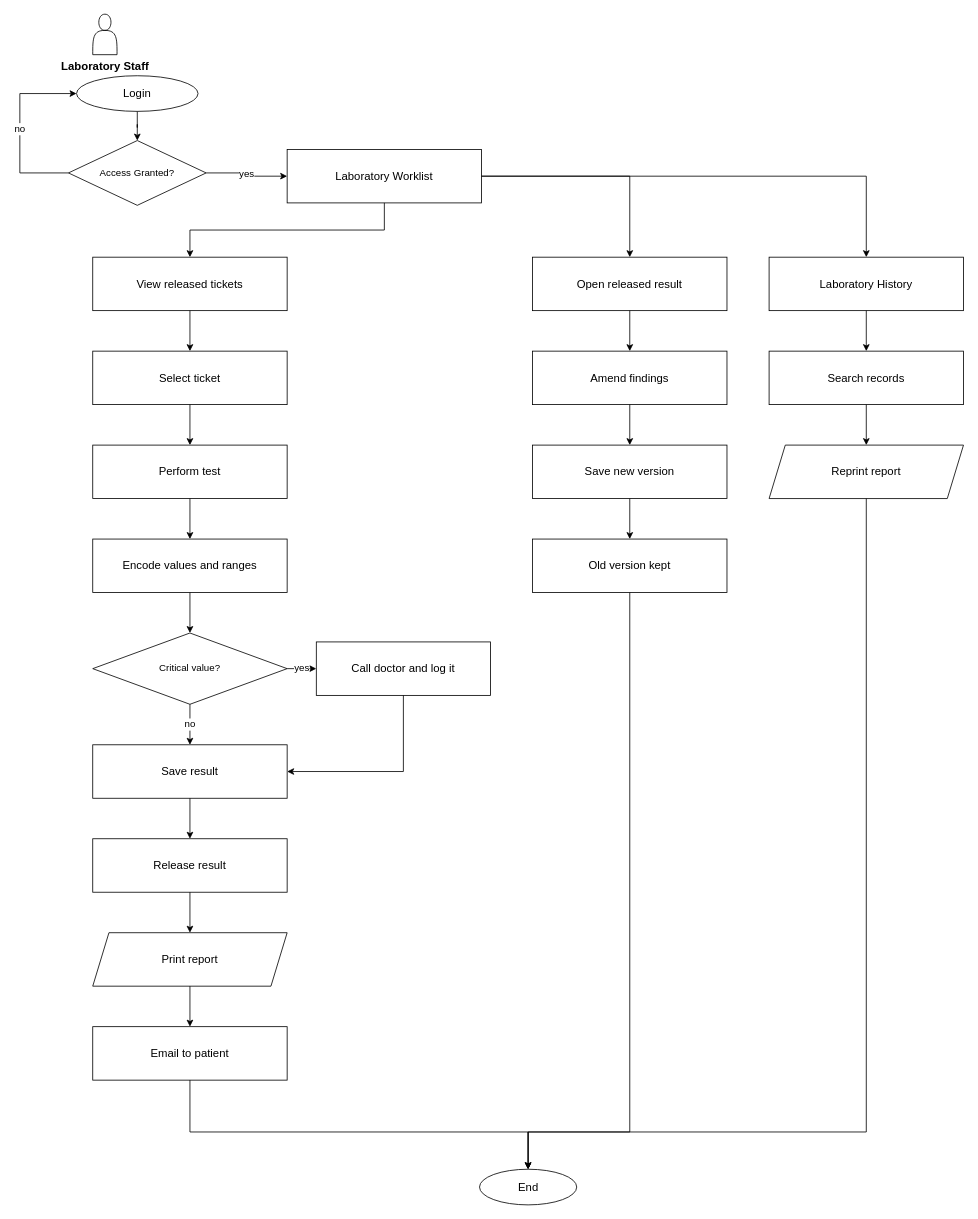
This is page "Laboratory" (5 of 8) of docs/diagrams/flowcharts.drawio from steven23lz/Enlogada-Clinic-Management-System, a draw.io file, before an edit. Source tidied: cells renumbered, new cells numbered last; positions are measured from the earlier drawing's top-left corner, leaving out a move shared by most shapes. Both pictures are drawn from the tidied source at 81%, with x=0, y=0 at pixel (19, 14).
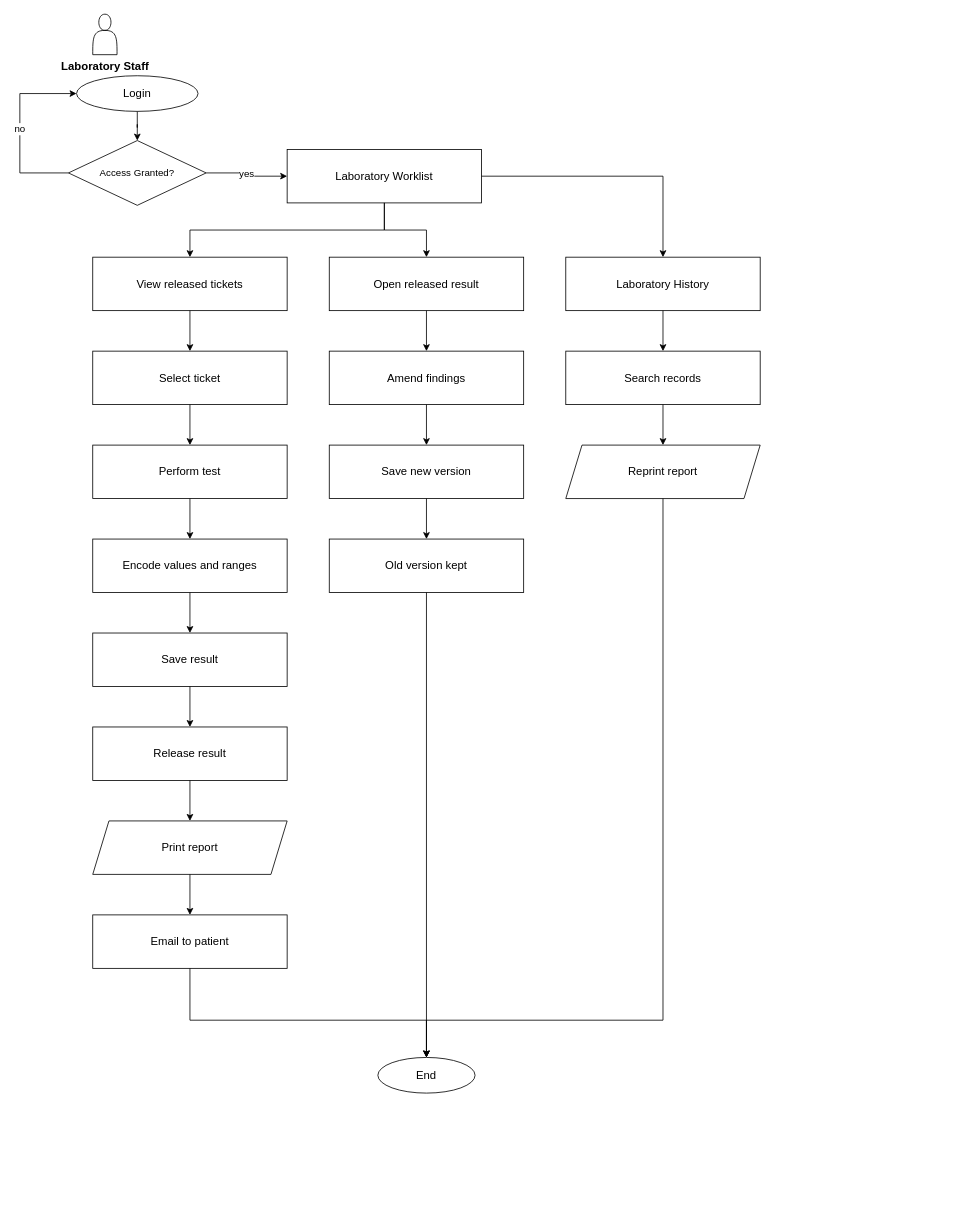
The same diagram, later.

The change refers to these unchanged cells:
```xml
<mxCell id="5" value="Laboratory Worklist" style="rounded=0;whiteSpace=wrap;html=1;fontFamily=Helvetica;fontSize=14;fontColor=#000000;strokeColor=#000000;" parent="1" vertex="1">
  <mxGeometry x="330" y="167" width="240" height="66" as="geometry" />
</mxCell>
<mxCell id="9" value="View released tickets" style="rounded=0;whiteSpace=wrap;html=1;fontFamily=Helvetica;fontSize=14;fontColor=#000000;strokeColor=#000000;" parent="1" vertex="1">
  <mxGeometry x="90" y="300" width="240" height="66" as="geometry" />
</mxCell>
<mxCell id="10" value="Select ticket" style="rounded=0;whiteSpace=wrap;html=1;fontFamily=Helvetica;fontSize=14;fontColor=#000000;strokeColor=#000000;" parent="1" vertex="1">
  <mxGeometry x="90" y="416" width="240" height="66" as="geometry" />
</mxCell>
<mxCell id="11" value="Perform test" style="rounded=0;whiteSpace=wrap;html=1;fontFamily=Helvetica;fontSize=14;fontColor=#000000;strokeColor=#000000;" parent="1" vertex="1">
  <mxGeometry x="90" y="532" width="240" height="66" as="geometry" />
</mxCell>
<mxCell id="12" value="Encode values and ranges" style="rounded=0;whiteSpace=wrap;html=1;fontFamily=Helvetica;fontSize=14;fontColor=#000000;strokeColor=#000000;" parent="1" vertex="1">
  <mxGeometry x="90" y="648" width="240" height="66" as="geometry" />
</mxCell>
```

Change to the diagram source:
```diff
@@
-    <mxCell id="13" value="Critical value?" style="rhombus;whiteSpace=wrap;html=1;fontFamily=Helvetica;fontSize=12;fontColor=#000000;strokeColor=#000000;" parent="1" vertex="1">
-      <mxGeometry x="90" y="764" width="240" height="88" as="geometry" />
+    <mxCell id="13" value="Save result" style="rounded=0;whiteSpace=wrap;html=1;fontFamily=Helvetica;fontSize=14;fontColor=#000000;strokeColor=#000000;" parent="1" vertex="1">
+      <mxGeometry x="90" y="764" width="240" height="66" as="geometry" />
     </mxCell>
-    <mxCell id="14" value="Save result" style="rounded=0;whiteSpace=wrap;html=1;fontFamily=Helvetica;fontSize=14;fontColor=#000000;strokeColor=#000000;" parent="1" vertex="1">
-      <mxGeometry x="90" y="902" width="240" height="66" as="geometry" />
+    <mxCell id="14" value="Release result" style="rounded=0;whiteSpace=wrap;html=1;fontFamily=Helvetica;fontSize=14;fontColor=#000000;strokeColor=#000000;" parent="1" vertex="1">
+      <mxGeometry x="90" y="880" width="240" height="66" as="geometry" />
     </mxCell>
-    <mxCell id="15" value="Release result" style="rounded=0;whiteSpace=wrap;html=1;fontFamily=Helvetica;fontSize=14;fontColor=#000000;strokeColor=#000000;" parent="1" vertex="1">
-      <mxGeometry x="90" y="1018" width="240" height="66" as="geometry" />
+    <mxCell id="15" value="Print report" style="shape=parallelogram;perimeter=parallelogramPerimeter;whiteSpace=wrap;html=1;fixedSize=1;fontFamily=Helvetica;fontSize=14;fontColor=#000000;strokeColor=#000000;" parent="1" vertex="1">
+      <mxGeometry x="90" y="996" width="240" height="66" as="geometry" />
     </mxCell>
-    <mxCell id="16" value="Print report" style="shape=parallelogram;perimeter=parallelogramPerimeter;whiteSpace=wrap;html=1;fixedSize=1;fontFamily=Helvetica;fontSize=14;fontColor=#000000;strokeColor=#000000;" parent="1" vertex="1">
-      <mxGeometry x="90" y="1134" width="240" height="66" as="geometry" />
+    <mxCell id="16" value="Email to patient" style="rounded=0;whiteSpace=wrap;html=1;fontFamily=Helvetica;fontSize=14;fontColor=#000000;strokeColor=#000000;" parent="1" vertex="1">
+      <mxGeometry x="90" y="1112" width="240" height="66" as="geometry" />
     </mxCell>
-    <mxCell id="17" value="Email to patient" style="rounded=0;whiteSpace=wrap;html=1;fontFamily=Helvetica;fontSize=14;fontColor=#000000;strokeColor=#000000;" parent="1" vertex="1">
-      <mxGeometry x="90" y="1250" width="240" height="66" as="geometry" />
-    </mxCell>
+    <mxCell id="48" style="edgeStyle=orthogonalEdgeStyle;rounded=0;html=1;jettySize=auto;fontFamily=Helvetica;fontSize=12;fontColor=#000000;strokeColor=#000000;" parent="1" edge="1" source="5" target="9">
+      <mxGeometry relative="1" as="geometry" />
+    </mxCell>
-    <mxCell id="18" style="edgeStyle=orthogonalEdgeStyle;rounded=0;html=1;jettySize=auto;fontFamily=Helvetica;fontSize=12;fontColor=#000000;strokeColor=#000000;" parent="1" edge="1" source="5" target="9">
+    <mxCell id="18" style="edgeStyle=orthogonalEdgeStyle;rounded=0;html=1;jettySize=auto;fontFamily=Helvetica;fontSize=12;fontColor=#000000;strokeColor=#000000;" parent="1" edge="1" source="9" target="10">
       <mxGeometry relative="1" as="geometry" />
     </mxCell>
-    <mxCell id="19" style="edgeStyle=orthogonalEdgeStyle;rounded=0;html=1;jettySize=auto;fontFamily=Helvetica;fontSize=12;fontColor=#000000;strokeColor=#000000;" parent="1" edge="1" source="9" target="10">
+    <mxCell id="19" style="edgeStyle=orthogonalEdgeStyle;rounded=0;html=1;jettySize=auto;fontFamily=Helvetica;fontSize=12;fontColor=#000000;strokeColor=#000000;" parent="1" edge="1" source="10" target="11">
       <mxGeometry relative="1" as="geometry" />
     </mxCell>
-    <mxCell id="20" style="edgeStyle=orthogonalEdgeStyle;rounded=0;html=1;jettySize=auto;fontFamily=Helvetica;fontSize=12;fontColor=#000000;strokeColor=#000000;" parent="1" edge="1" source="10" target="11">
+    <mxCell id="20" style="edgeStyle=orthogonalEdgeStyle;rounded=0;html=1;jettySize=auto;fontFamily=Helvetica;fontSize=12;fontColor=#000000;strokeColor=#000000;" parent="1" edge="1" source="11" target="12">
       <mxGeometry relative="1" as="geometry" />
     </mxCell>
-    <mxCell id="21" style="edgeStyle=orthogonalEdgeStyle;rounded=0;html=1;jettySize=auto;fontFamily=Helvetica;fontSize=12;fontColor=#000000;strokeColor=#000000;" parent="1" edge="1" source="11" target="12">
+    <mxCell id="21" style="edgeStyle=orthogonalEdgeStyle;rounded=0;html=1;jettySize=auto;fontFamily=Helvetica;fontSize=12;fontColor=#000000;strokeColor=#000000;" parent="1" edge="1" source="12" target="13">
       <mxGeometry relative="1" as="geometry" />
     </mxCell>
-    <mxCell id="22" style="edgeStyle=orthogonalEdgeStyle;rounded=0;html=1;jettySize=auto;fontFamily=Helvetica;fontSize=12;fontColor=#000000;strokeColor=#000000;" parent="1" edge="1" source="12" target="13">
+    <mxCell id="22" style="edgeStyle=orthogonalEdgeStyle;rounded=0;html=1;jettySize=auto;fontFamily=Helvetica;fontSize=12;fontColor=#000000;strokeColor=#000000;" parent="1" edge="1" source="13" target="14">
       <mxGeometry relative="1" as="geometry" />
     </mxCell>
-    <mxCell id="23" value="Call doctor and log it" style="rounded=0;whiteSpace=wrap;html=1;fontFamily=Helvetica;fontSize=14;fontColor=#000000;strokeColor=#000000;" parent="1" vertex="1">
-      <mxGeometry x="366" y="775" width="215" height="66" as="geometry" />
-    </mxCell>
+    <mxCell id="27" style="edgeStyle=orthogonalEdgeStyle;rounded=0;html=1;jettySize=auto;fontFamily=Helvetica;fontSize=12;fontColor=#000000;strokeColor=#000000;" parent="1" edge="1" source="14" target="15">
+      <mxGeometry relative="1" as="geometry" />
+    </mxCell>
-    <mxCell id="24" value="yes" style="edgeStyle=orthogonalEdgeStyle;rounded=0;html=1;jettySize=auto;fontFamily=Helvetica;fontSize=12;fontColor=#000000;strokeColor=#000000;" parent="1" edge="1" source="13" target="23">
+    <mxCell id="24" style="edgeStyle=orthogonalEdgeStyle;rounded=0;html=1;jettySize=auto;fontFamily=Helvetica;fontSize=12;fontColor=#000000;strokeColor=#000000;" parent="1" edge="1" source="15" target="16">
       <mxGeometry relative="1" as="geometry" />
     </mxCell>
-    <mxCell id="25" style="edgeStyle=orthogonalEdgeStyle;rounded=0;html=1;jettySize=auto;fontFamily=Helvetica;fontSize=12;fontColor=#000000;strokeColor=#000000;exitX=0.5;exitY=1;exitDx=0;exitDy=0;entryX=1;entryY=0.5;entryDx=0;entryDy=0;" parent="1" edge="1" source="23" target="14">
-      <mxGeometry relative="1" as="geometry" />
-    </mxCell>
-    <mxCell id="26" value="no" style="edgeStyle=orthogonalEdgeStyle;rounded=0;html=1;jettySize=auto;fontFamily=Helvetica;fontSize=12;fontColor=#000000;strokeColor=#000000;" parent="1" edge="1" source="13" target="14">
-      <mxGeometry relative="1" as="geometry" />
-    </mxCell>
-    <mxCell id="27" style="edgeStyle=orthogonalEdgeStyle;rounded=0;html=1;jettySize=auto;fontFamily=Helvetica;fontSize=12;fontColor=#000000;strokeColor=#000000;" parent="1" edge="1" source="14" target="15">
-      <mxGeometry relative="1" as="geometry" />
-    </mxCell>
-    <mxCell id="28" style="edgeStyle=orthogonalEdgeStyle;rounded=0;html=1;jettySize=auto;fontFamily=Helvetica;fontSize=12;fontColor=#000000;strokeColor=#000000;" parent="1" edge="1" source="15" target="16">
-      <mxGeometry relative="1" as="geometry" />
-    </mxCell>
-    <mxCell id="29" style="edgeStyle=orthogonalEdgeStyle;rounded=0;html=1;jettySize=auto;fontFamily=Helvetica;fontSize=12;fontColor=#000000;strokeColor=#000000;" parent="1" edge="1" source="16" target="17">
-      <mxGeometry relative="1" as="geometry" />
-    </mxCell>
     <mxCell id="30" value="Open released result" style="rounded=0;whiteSpace=wrap;html=1;fontFamily=Helvetica;fontSize=14;fontColor=#000000;strokeColor=#000000;" parent="1" vertex="1">
-      <mxGeometry x="633" y="300" width="240" height="66" as="geometry" />
+      <mxGeometry x="382" y="300" width="240" height="66" as="geometry" />
     </mxCell>
     <mxCell id="31" value="Amend findings" style="rounded=0;whiteSpace=wrap;html=1;fontFamily=Helvetica;fontSize=14;fontColor=#000000;strokeColor=#000000;" parent="1" vertex="1">
-      <mxGeometry x="633" y="416" width="240" height="66" as="geometry" />
+      <mxGeometry x="382" y="416" width="240" height="66" as="geometry" />
     </mxCell>
     <mxCell id="32" value="Save new version" style="rounded=0;whiteSpace=wrap;html=1;fontFamily=Helvetica;fontSize=14;fontColor=#000000;strokeColor=#000000;" parent="1" vertex="1">
-      <mxGeometry x="633" y="532" width="240" height="66" as="geometry" />
+      <mxGeometry x="382" y="532" width="240" height="66" as="geometry" />
     </mxCell>
+    <mxCell id="49" value="Old version kept" style="rounded=0;whiteSpace=wrap;html=1;fontFamily=Helvetica;fontSize=14;fontColor=#000000;strokeColor=#000000;" parent="1" vertex="1">
+      <mxGeometry x="382" y="648" width="240" height="66" as="geometry" />
+    </mxCell>
+    <mxCell id="29" style="edgeStyle=orthogonalEdgeStyle;rounded=0;html=1;jettySize=auto;fontFamily=Helvetica;fontSize=12;fontColor=#000000;strokeColor=#000000;" parent="1" edge="1" source="5" target="30">
+      <mxGeometry relative="1" as="geometry" />
+    </mxCell>
+    <mxCell id="35" style="edgeStyle=orthogonalEdgeStyle;rounded=0;html=1;jettySize=auto;fontFamily=Helvetica;fontSize=12;fontColor=#000000;strokeColor=#000000;" parent="1" edge="1" source="30" target="31">
+      <mxGeometry relative="1" as="geometry" />
+    </mxCell>
+    <mxCell id="50" style="edgeStyle=orthogonalEdgeStyle;rounded=0;html=1;jettySize=auto;fontFamily=Helvetica;fontSize=12;fontColor=#000000;strokeColor=#000000;" parent="1" edge="1" source="31" target="32">
+      <mxGeometry relative="1" as="geometry" />
+    </mxCell>
+    <mxCell id="51" style="edgeStyle=orthogonalEdgeStyle;rounded=0;html=1;jettySize=auto;fontFamily=Helvetica;fontSize=12;fontColor=#000000;strokeColor=#000000;" parent="1" edge="1" source="32" target="49">
+      <mxGeometry relative="1" as="geometry" />
+    </mxCell>
-    <mxCell id="33" value="Old version kept" style="rounded=0;whiteSpace=wrap;html=1;fontFamily=Helvetica;fontSize=14;fontColor=#000000;strokeColor=#000000;" parent="1" vertex="1">
-      <mxGeometry x="633" y="648" width="240" height="66" as="geometry" />
+    <mxCell id="33" value="Laboratory History" style="rounded=0;whiteSpace=wrap;html=1;fontFamily=Helvetica;fontSize=14;fontColor=#000000;strokeColor=#000000;" parent="1" vertex="1">
+      <mxGeometry x="674" y="300" width="240" height="66" as="geometry" />
     </mxCell>
-    <mxCell id="34" style="edgeStyle=orthogonalEdgeStyle;rounded=0;html=1;jettySize=auto;fontFamily=Helvetica;fontSize=12;fontColor=#000000;strokeColor=#000000;" parent="1" edge="1" source="5" target="30">
-      <mxGeometry relative="1" as="geometry" />
-    </mxCell>
-    <mxCell id="35" style="edgeStyle=orthogonalEdgeStyle;rounded=0;html=1;jettySize=auto;fontFamily=Helvetica;fontSize=12;fontColor=#000000;strokeColor=#000000;" parent="1" edge="1" source="30" target="31">
-      <mxGeometry relative="1" as="geometry" />
-    </mxCell>
+    <mxCell id="52" value="Search records" style="rounded=0;whiteSpace=wrap;html=1;fontFamily=Helvetica;fontSize=14;fontColor=#000000;strokeColor=#000000;" parent="1" vertex="1">
+      <mxGeometry x="674" y="416" width="240" height="66" as="geometry" />
+    </mxCell>
+    <mxCell id="40" value="Reprint report" style="shape=parallelogram;perimeter=parallelogramPerimeter;whiteSpace=wrap;html=1;fixedSize=1;fontFamily=Helvetica;fontSize=14;fontColor=#000000;strokeColor=#000000;" parent="1" vertex="1">
+      <mxGeometry x="674" y="532" width="240" height="66" as="geometry" />
+    </mxCell>
-    <mxCell id="36" style="edgeStyle=orthogonalEdgeStyle;rounded=0;html=1;jettySize=auto;fontFamily=Helvetica;fontSize=12;fontColor=#000000;strokeColor=#000000;" parent="1" edge="1" source="31" target="32">
+    <mxCell id="36" style="edgeStyle=orthogonalEdgeStyle;rounded=0;html=1;jettySize=auto;fontFamily=Helvetica;fontSize=12;fontColor=#000000;strokeColor=#000000;" parent="1" edge="1" source="5" target="33">
       <mxGeometry relative="1" as="geometry" />
     </mxCell>
-    <mxCell id="37" style="edgeStyle=orthogonalEdgeStyle;rounded=0;html=1;jettySize=auto;fontFamily=Helvetica;fontSize=12;fontColor=#000000;strokeColor=#000000;" parent="1" edge="1" source="32" target="33">
+    <mxCell id="37" style="edgeStyle=orthogonalEdgeStyle;rounded=0;html=1;jettySize=auto;fontFamily=Helvetica;fontSize=12;fontColor=#000000;strokeColor=#000000;" parent="1" edge="1" source="33" target="52">
       <mxGeometry relative="1" as="geometry" />
     </mxCell>
-    <mxCell id="38" value="Laboratory History" style="rounded=0;whiteSpace=wrap;html=1;fontFamily=Helvetica;fontSize=14;fontColor=#000000;strokeColor=#000000;" parent="1" vertex="1">
-      <mxGeometry x="925" y="300" width="240" height="66" as="geometry" />
-    </mxCell>
+    <mxCell id="53" style="edgeStyle=orthogonalEdgeStyle;rounded=0;html=1;jettySize=auto;fontFamily=Helvetica;fontSize=12;fontColor=#000000;strokeColor=#000000;" parent="1" edge="1" source="52" target="40">
+      <mxGeometry relative="1" as="geometry" />
+    </mxCell>
-    <mxCell id="39" value="Search records" style="rounded=0;whiteSpace=wrap;html=1;fontFamily=Helvetica;fontSize=14;fontColor=#000000;strokeColor=#000000;" parent="1" vertex="1">
-      <mxGeometry x="925" y="416" width="240" height="66" as="geometry" />
+    <mxCell id="39" value="End" style="ellipse;whiteSpace=wrap;html=1;fontFamily=Helvetica;fontSize=14;fontColor=#000000;strokeColor=#000000;" parent="1" vertex="1">
+      <mxGeometry x="442" y="1288" width="120" height="44" as="geometry" />
     </mxCell>
-    <mxCell id="40" value="Reprint report" style="shape=parallelogram;perimeter=parallelogramPerimeter;whiteSpace=wrap;html=1;fixedSize=1;fontFamily=Helvetica;fontSize=14;fontColor=#000000;strokeColor=#000000;" parent="1" vertex="1">
-      <mxGeometry x="925" y="532" width="240" height="66" as="geometry" />
-    </mxCell>
+    <mxCell id="54" style="edgeStyle=orthogonalEdgeStyle;rounded=0;html=1;jettySize=auto;fontFamily=Helvetica;fontSize=12;fontColor=#000000;strokeColor=#000000;exitX=0.5;exitY=1;exitDx=0;exitDy=0;" parent="1" edge="1" source="16" target="39">
+      <mxGeometry relative="1" as="geometry">
+        <Array as="points">
+          <mxPoint x="210" y="1242" />
+        </Array>
+      </mxGeometry>
+    </mxCell>
-    <mxCell id="41" style="edgeStyle=orthogonalEdgeStyle;rounded=0;html=1;jettySize=auto;fontFamily=Helvetica;fontSize=12;fontColor=#000000;strokeColor=#000000;" parent="1" edge="1" source="5" target="38">
-      <mxGeometry relative="1" as="geometry" />
+    <mxCell id="41" style="edgeStyle=orthogonalEdgeStyle;rounded=0;html=1;jettySize=auto;fontFamily=Helvetica;fontSize=12;fontColor=#000000;strokeColor=#000000;exitX=0.5;exitY=1;exitDx=0;exitDy=0;" parent="1" edge="1" source="49" target="39">
+      <mxGeometry relative="1" as="geometry">
+        <Array as="points">
+          <mxPoint x="502" y="1242" />
+        </Array>
+      </mxGeometry>
     </mxCell>
-    <mxCell id="42" style="edgeStyle=orthogonalEdgeStyle;rounded=0;html=1;jettySize=auto;fontFamily=Helvetica;fontSize=12;fontColor=#000000;strokeColor=#000000;" parent="1" edge="1" source="38" target="39">
-      <mxGeometry relative="1" as="geometry" />
+    <mxCell id="42" style="edgeStyle=orthogonalEdgeStyle;rounded=0;html=1;jettySize=auto;fontFamily=Helvetica;fontSize=12;fontColor=#000000;strokeColor=#000000;exitX=0.5;exitY=1;exitDx=0;exitDy=0;" parent="1" edge="1" source="40" target="39">
+      <mxGeometry relative="1" as="geometry">
+        <Array as="points">
+          <mxPoint x="794" y="1242" />
+        </Array>
+      </mxGeometry>
     </mxCell>
-    <mxCell id="43" style="edgeStyle=orthogonalEdgeStyle;rounded=0;html=1;jettySize=auto;fontFamily=Helvetica;fontSize=12;fontColor=#000000;strokeColor=#000000;" parent="1" edge="1" source="39" target="40">
-      <mxGeometry relative="1" as="geometry" />
-    </mxCell>
-    <mxCell id="44" value="End" style="ellipse;whiteSpace=wrap;html=1;fontFamily=Helvetica;fontSize=14;fontColor=#000000;strokeColor=#000000;" parent="1" vertex="1">
-      <mxGeometry x="567.5" y="1426" width="120" height="44" as="geometry" />
-    </mxCell>
-    <mxCell id="45" style="edgeStyle=orthogonalEdgeStyle;rounded=0;html=1;jettySize=auto;fontFamily=Helvetica;fontSize=12;fontColor=#000000;strokeColor=#000000;exitX=0.5;exitY=1;exitDx=0;exitDy=0;" parent="1" edge="1" source="17" target="44">
-      <mxGeometry relative="1" as="geometry">
-        <Array as="points">
-          <mxPoint x="210" y="1380" />
-        </Array>
-      </mxGeometry>
-    </mxCell>
-    <mxCell id="46" style="edgeStyle=orthogonalEdgeStyle;rounded=0;html=1;jettySize=auto;fontFamily=Helvetica;fontSize=12;fontColor=#000000;strokeColor=#000000;exitX=0.5;exitY=1;exitDx=0;exitDy=0;" parent="1" edge="1" source="33" target="44">
-      <mxGeometry relative="1" as="geometry">
-        <Array as="points">
-          <mxPoint x="753" y="1380" />
-        </Array>
-      </mxGeometry>
-    </mxCell>
-    <mxCell id="47" style="edgeStyle=orthogonalEdgeStyle;rounded=0;html=1;jettySize=auto;fontFamily=Helvetica;fontSize=12;fontColor=#000000;strokeColor=#000000;exitX=0.5;exitY=1;exitDx=0;exitDy=0;" parent="1" edge="1" source="40" target="44">
-      <mxGeometry relative="1" as="geometry">
-        <Array as="points">
-          <mxPoint x="1045" y="1380" />
-        </Array>
-      </mxGeometry>
-    </mxCell>
```
